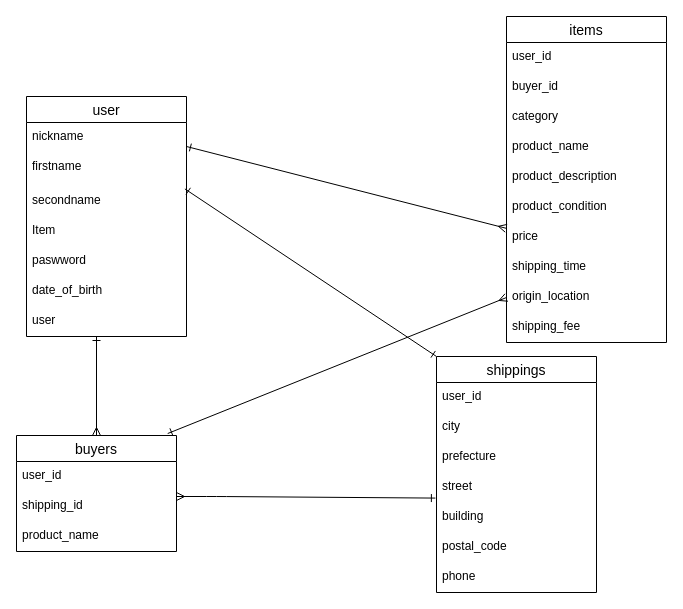
This is app/views/furima.dio from okmon12/furima-39733, a draw.io file, before an edit. Source tidied: cells renumbered, new cells numbered last; positions are measured from the earlier drawing's top-left corner, leaving out a move shared by most shapes. Both pictures are drawn from the tidied source at 100%, with x=0, y=0 at pixel (16, 16).
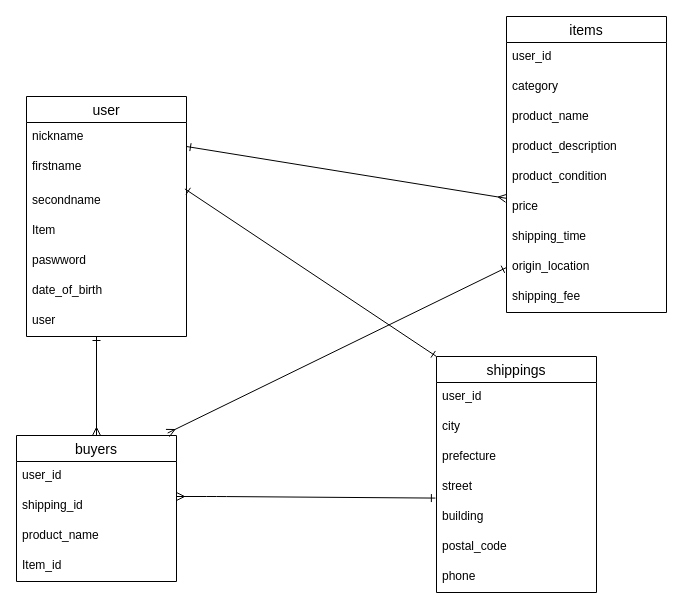
After the change.

The edit, as a diff of the source:
```diff
@@
     <mxCell id="19" value="items" style="swimlane;fontStyle=0;horizontal=1;startSize=26;align=center;fontSize=14;" parent="1" vertex="1">
-      <mxGeometry x="490" width="160" height="326" as="geometry" />
+      <mxGeometry x="490" width="160" height="296" as="geometry" />
     </mxCell>
@@
-    <mxCell id="21" value="buyer_id" style="text;strokeColor=none;fillColor=none;spacingLeft=4;spacingRight=4;overflow=hidden;fontSize=12;" parent="19" vertex="1">
-      <mxGeometry y="56" width="160" height="30" as="geometry" />
-    </mxCell>
     <mxCell id="22" value="category" style="text;strokeColor=none;fillColor=none;spacingLeft=4;spacingRight=4;overflow=hidden;fontSize=12;" parent="19" vertex="1">
-      <mxGeometry y="86" width="160" height="30" as="geometry" />
+      <mxGeometry y="56" width="160" height="30" as="geometry" />
     </mxCell>
     <mxCell id="23" value="product_name" style="text;strokeColor=none;fillColor=none;spacingLeft=4;spacingRight=4;overflow=hidden;fontSize=12;" parent="19" vertex="1">
-      <mxGeometry y="116" width="160" height="30" as="geometry" />
+      <mxGeometry y="86" width="160" height="30" as="geometry" />
     </mxCell>
     <mxCell id="24" value="product_description" style="text;strokeColor=none;fillColor=none;spacingLeft=4;spacingRight=4;overflow=hidden;fontSize=12;" parent="19" vertex="1">
-      <mxGeometry y="146" width="160" height="30" as="geometry" />
+      <mxGeometry y="116" width="160" height="30" as="geometry" />
     </mxCell>
     <mxCell id="25" value="product_condition" style="text;strokeColor=none;fillColor=none;spacingLeft=4;spacingRight=4;overflow=hidden;points=[[0,0.5],[1,0.5]];portConstraint=eastwest;fontSize=12;" parent="19" vertex="1">
-      <mxGeometry y="176" width="160" height="30" as="geometry" />
+      <mxGeometry y="146" width="160" height="30" as="geometry" />
     </mxCell>
     <mxCell id="26" value="price" style="text;strokeColor=none;fillColor=none;spacingLeft=4;spacingRight=4;overflow=hidden;fontSize=12;" parent="19" vertex="1">
-      <mxGeometry y="206" width="160" height="30" as="geometry" />
+      <mxGeometry y="176" width="160" height="30" as="geometry" />
     </mxCell>
     <mxCell id="27" value="shipping_time" style="text;strokeColor=none;fillColor=none;spacingLeft=4;spacingRight=4;overflow=hidden;fontSize=12;" parent="19" vertex="1">
-      <mxGeometry y="236" width="160" height="30" as="geometry" />
+      <mxGeometry y="206" width="160" height="30" as="geometry" />
     </mxCell>
     <mxCell id="28" value="origin_location" style="text;strokeColor=none;fillColor=none;spacingLeft=4;spacingRight=4;overflow=hidden;points=[[0,0.5],[1,0.5]];portConstraint=eastwest;fontSize=12;" parent="19" vertex="1">
-      <mxGeometry y="266" width="160" height="30" as="geometry" />
+      <mxGeometry y="236" width="160" height="30" as="geometry" />
     </mxCell>
     <mxCell id="29" value="shipping_fee" style="text;strokeColor=none;fillColor=none;spacingLeft=4;spacingRight=4;overflow=hidden;fontSize=12;" parent="19" vertex="1">
-      <mxGeometry y="296" width="160" height="30" as="geometry" />
+      <mxGeometry y="266" width="160" height="30" as="geometry" />
     </mxCell>
@@
     <mxCell id="31" value="buyers" style="swimlane;fontStyle=0;horizontal=1;startSize=26;align=center;fontSize=14;" parent="1" vertex="1">
-      <mxGeometry y="419" width="160" height="116" as="geometry" />
+      <mxGeometry y="419" width="160" height="146" as="geometry" />
     </mxCell>
@@
+    <mxCell id="38" value="Item_id" style="text;strokeColor=none;fillColor=none;spacingLeft=4;spacingRight=4;overflow=hidden;fontSize=12;" parent="31" vertex="1">
+      <mxGeometry y="116" width="160" height="30" as="geometry" />
+    </mxCell>
@@
-    <mxCell id="37" style="edgeStyle=none;html=1;exitX=0;exitY=0.5;exitDx=0;exitDy=0;entryX=0.945;entryY=-0.017;entryDx=0;entryDy=0;entryPerimeter=0;startArrow=ERmany;startFill=0;endArrow=ERone;endFill=0;" parent="1" edge="1" source="28" target="31">
+    <mxCell id="37" style="edgeStyle=none;html=1;exitX=0;exitY=0.5;exitDx=0;exitDy=0;entryX=0.945;entryY=-0.017;entryDx=0;entryDy=0;entryPerimeter=0;startArrow=ERone;startFill=0;endArrow=ERmany;endFill=0;" parent="1" edge="1" source="28" target="31">
       <mxGeometry relative="1" as="geometry" />
     </mxCell>
```
